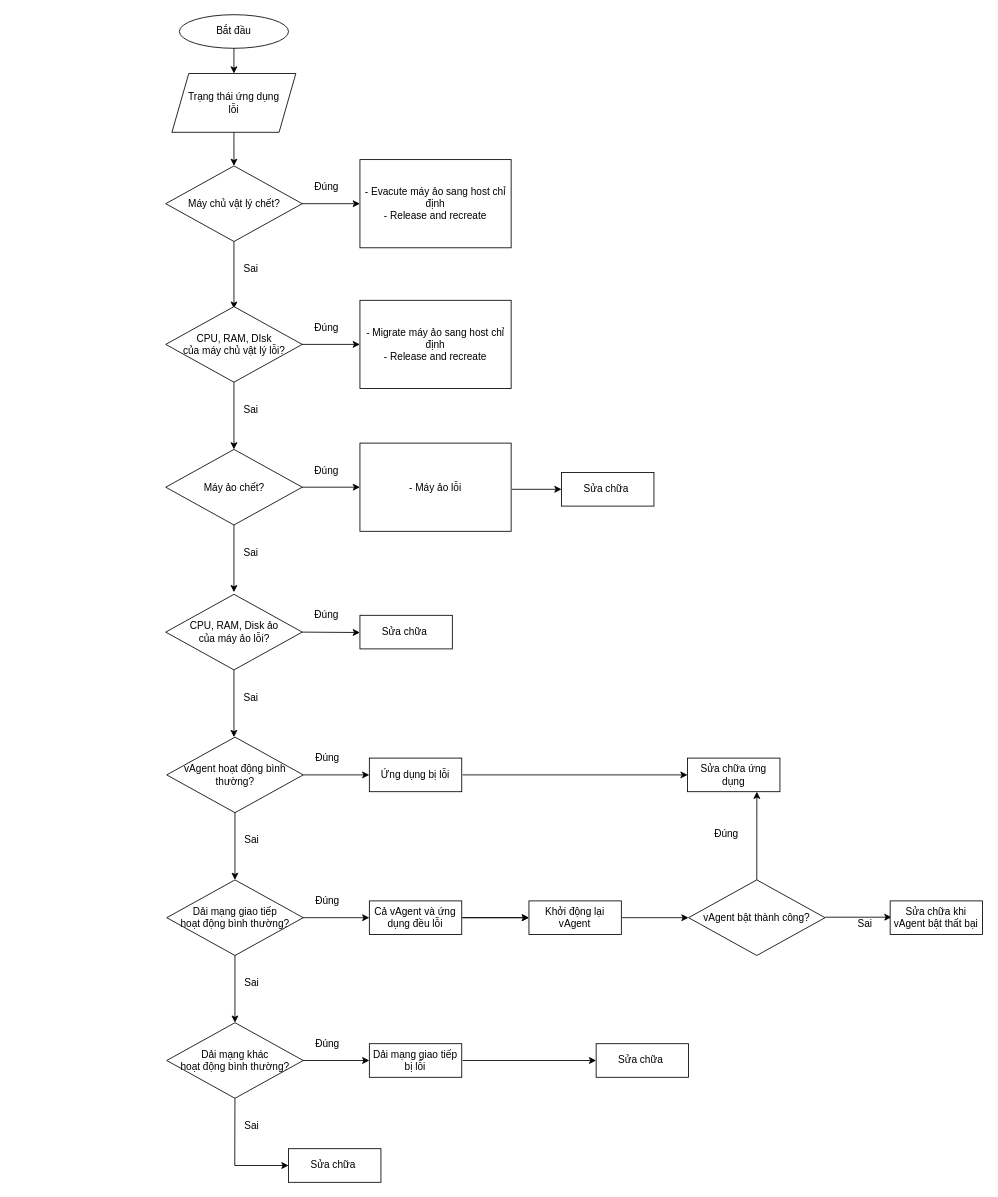
Before: auto healing.drawio in hiep1097/drawio, a draw.io diagram. Source tidied: cells renumbered, new cells numbered last; positions are measured from the earlier drawing's top-left corner, leaving out a move shared by most shapes. Both pictures are drawn from the tidied source at 84%, with x=0, y=0 at pixel (165, 14).
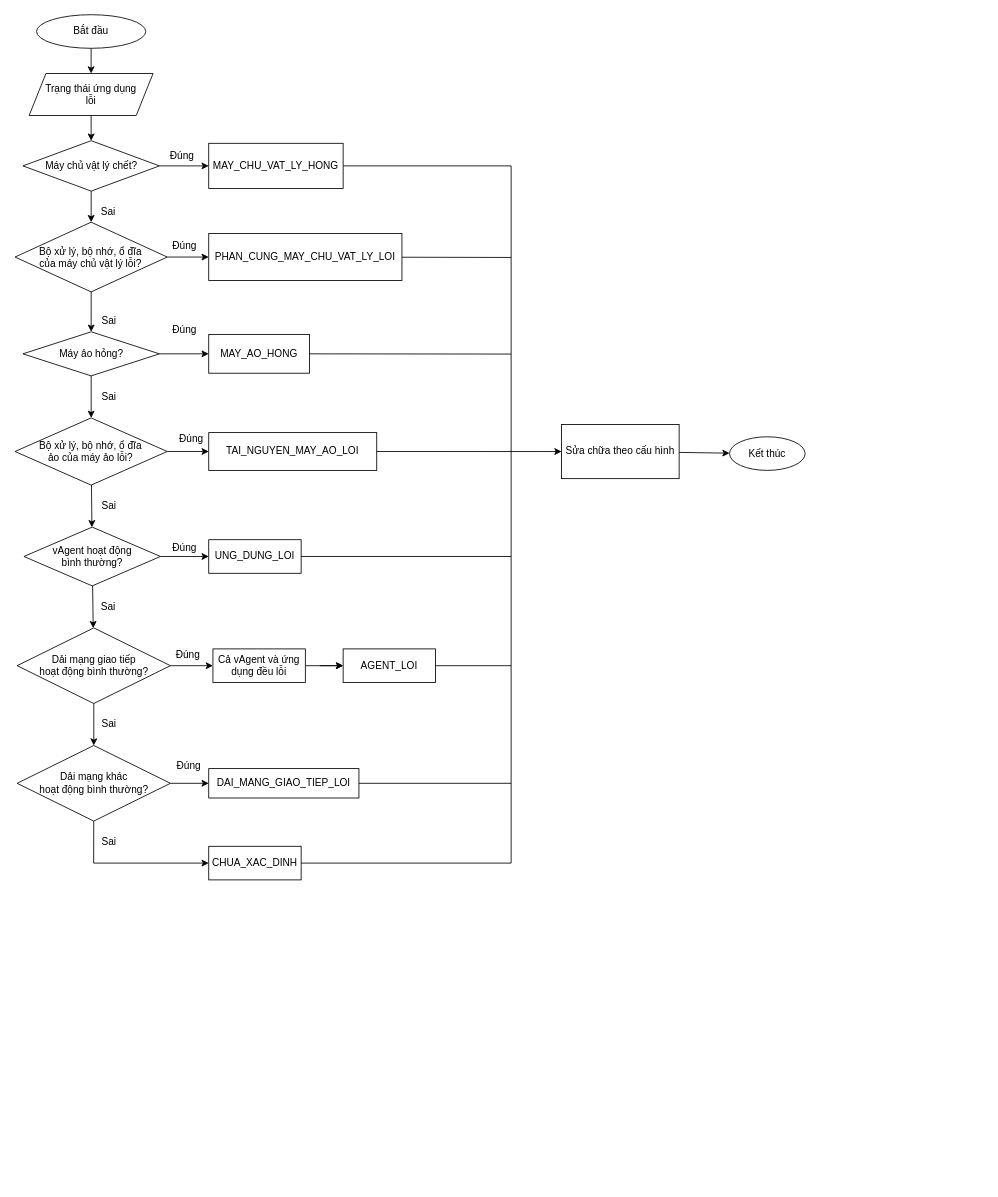
Above is the later version.

Commit message:
Cập nhật auto healing.drawio

Diff of the diagram source:
```diff
@@
     <mxCell id="2" value="Bắt đầu" style="ellipse;whiteSpace=wrap;html=1;" parent="1" vertex="1">
-      <mxGeometry x="16" width="130" height="40" as="geometry" />
+      <mxGeometry x="-154" width="130" height="40" as="geometry" />
     </mxCell>
     <mxCell id="3" value="Trạng thái ứng dụng &lt;br&gt;lỗi" style="shape=parallelogram;perimeter=parallelogramPerimeter;whiteSpace=wrap;html=1;fixedSize=1;" parent="1" vertex="1">
-      <mxGeometry x="7.2" y="70" width="147.5" height="70" as="geometry" />
+      <mxGeometry x="-162.8" y="70" width="147.5" height="50" as="geometry" />
     </mxCell>
-    <mxCell id="4" value="vAgent hoạt động bình thường?" style="rhombus;whiteSpace=wrap;html=1;" parent="1" vertex="1">
-      <mxGeometry x="1" y="860" width="162.5" height="90" as="geometry" />
+    <mxCell id="4" value="vAgent hoạt động &lt;br&gt;bình thường?" style="rhombus;whiteSpace=wrap;html=1;" parent="1" vertex="1">
+      <mxGeometry x="-169" y="610" width="162.5" height="70" as="geometry" />
     </mxCell>
-    <mxCell id="5" value="Ứng dụng bị lỗi" style="rounded=0;whiteSpace=wrap;html=1;" parent="1" vertex="1">
-      <mxGeometry x="242.2" y="885" width="110" height="40" as="geometry" />
+    <mxCell id="5" value="UNG_DUNG_LOI" style="rounded=0;whiteSpace=wrap;html=1;" parent="1" vertex="1">
+      <mxGeometry x="51" y="625" width="110" height="40" as="geometry" />
     </mxCell>
@@
-    <mxCell id="8" style="endArrow=classic;html=1;rounded=0;" parent="1" edge="1" source="4">
-      <mxGeometry relative="1" as="geometry">
-        <mxPoint x="82.2" y="1030" as="targetPoint" />
-      </mxGeometry>
+    <mxCell id="8" style="endArrow=classic;html=1;rounded=0;" parent="1" edge="1" source="4" target="12">
+      <mxGeometry relative="1" as="geometry" />
     </mxCell>
@@
     <mxCell id="10" value="Đúng" style="text;html=1;align=center;verticalAlign=middle;strokeColor=none;fillColor=none;" parent="1" vertex="1">
-      <mxGeometry x="167.2" y="870" width="50" height="30" as="geometry" />
+      <mxGeometry x="-2.8" y="620" width="50" height="30" as="geometry" />
     </mxCell>
     <mxCell id="11" value="Sai" style="text;html=1;align=center;verticalAlign=middle;strokeColor=none;fillColor=none;" parent="1" vertex="1">
-      <mxGeometry x="82.2" y="968" width="40" height="30" as="geometry" />
+      <mxGeometry x="-89" y="690" width="40" height="30" as="geometry" />
     </mxCell>
     <mxCell id="12" value="Dải mạng giao tiếp &lt;br&gt;hoạt động bình thường?" style="rhombus;whiteSpace=wrap;html=1;" parent="1" vertex="1">
-      <mxGeometry x="1" y="1030" width="162.5" height="90" as="geometry" />
+      <mxGeometry x="-177.1" y="730" width="182.5" height="90" as="geometry" />
     </mxCell>
-    <mxCell id="13" style="endArrow=classic;html=1;rounded=0;" parent="1" edge="1">
-      <mxGeometry relative="1" as="geometry">
-        <mxPoint x="82.2" y="1120" as="sourcePoint" />
-        <mxPoint x="82.2" y="1200" as="targetPoint" />
-      </mxGeometry>
+    <mxCell id="13" style="endArrow=classic;html=1;rounded=0;" parent="1" edge="1" source="12" target="21">
+      <mxGeometry relative="1" as="geometry" />
     </mxCell>
     <mxCell id="14" value="Sai" style="text;html=1;align=center;verticalAlign=middle;strokeColor=none;fillColor=none;" parent="1" vertex="1">
-      <mxGeometry x="82.2" y="1138" width="40" height="30" as="geometry" />
+      <mxGeometry x="-87.8" y="830" width="40" height="30" as="geometry" />
     </mxCell>
@@
     <mxCell id="16" value="Cả vAgent và ứng dụng đều lỗi" style="rounded=0;whiteSpace=wrap;html=1;" parent="1" vertex="1">
-      <mxGeometry x="242.2" y="1055" width="110" height="40" as="geometry" />
+      <mxGeometry x="56" y="755" width="110" height="40" as="geometry" />
     </mxCell>
-    <mxCell id="17" style="endArrow=classic;html=1;rounded=0;" parent="1" edge="1" target="16">
-      <mxGeometry relative="1" as="geometry">
-        <mxPoint x="163.2" y="1075" as="sourcePoint" />
-      </mxGeometry>
+    <mxCell id="17" style="endArrow=classic;html=1;rounded=0;" parent="1" edge="1" source="12" target="16">
+      <mxGeometry relative="1" as="geometry" />
     </mxCell>
     <mxCell id="18" value="Đúng" style="text;html=1;align=center;verticalAlign=middle;strokeColor=none;fillColor=none;" parent="1" vertex="1">
-      <mxGeometry x="167.2" y="1040" width="50" height="30" as="geometry" />
+      <mxGeometry x="1" y="747" width="50" height="30" as="geometry" />
     </mxCell>
-    <mxCell id="19" value="Sửa chữa ứng dụng" style="rounded=0;whiteSpace=wrap;html=1;" parent="1" vertex="1">
-      <mxGeometry x="621" y="885" width="110" height="40" as="geometry" />
-    </mxCell>
-    <mxCell id="20" style="endArrow=classic;html=1;rounded=0;" parent="1" edge="1" target="19">
-      <mxGeometry relative="1" as="geometry">
-        <mxPoint x="353.2" y="905" as="sourcePoint" />
-      </mxGeometry>
-    </mxCell>
     <mxCell id="21" value="Dải mạng khác&lt;br&gt;hoạt động bình thường?" style="rhombus;whiteSpace=wrap;html=1;" parent="1" vertex="1">
-      <mxGeometry x="1" y="1200" width="162.5" height="90" as="geometry" />
+      <mxGeometry x="-177.1" y="870" width="182.5" height="90" as="geometry" />
     </mxCell>
-    <mxCell id="22" style="endArrow=classic;html=1;rounded=0;" parent="1" edge="1" target="64">
+    <mxCell id="22" style="endArrow=classic;html=1;rounded=0;" parent="1" edge="1" source="21" target="64">
       <mxGeometry relative="1" as="geometry">
-        <mxPoint x="82.2" y="1290" as="sourcePoint" />
         <Array as="points">
-          <mxPoint x="82" y="1370" />
+          <mxPoint x="-86" y="1010" />
         </Array>
       </mxGeometry>
     </mxCell>
     <mxCell id="23" value="Sai" style="text;html=1;align=center;verticalAlign=middle;strokeColor=none;fillColor=none;" parent="1" vertex="1">
-      <mxGeometry x="82.2" y="1308" width="40" height="30" as="geometry" />
+      <mxGeometry x="-87.8" y="970" width="40" height="30" as="geometry" />
     </mxCell>
-    <mxCell id="24" value="Dải mạng giao tiếp bị lỗi" style="rounded=0;whiteSpace=wrap;html=1;" parent="1" vertex="1">
-      <mxGeometry x="242.2" y="1225" width="110" height="40" as="geometry" />
+    <mxCell id="24" value="DAI_MANG_GIAO_TIEP_LOI" style="rounded=0;whiteSpace=wrap;html=1;" parent="1" vertex="1">
+      <mxGeometry x="51" y="897.5" width="178.8" height="35" as="geometry" />
     </mxCell>
-    <mxCell id="25" style="endArrow=classic;html=1;rounded=0;" parent="1" edge="1" target="24">
-      <mxGeometry relative="1" as="geometry">
-        <mxPoint x="163.2" y="1245" as="sourcePoint" />
-      </mxGeometry>
+    <mxCell id="25" style="endArrow=classic;html=1;rounded=0;" parent="1" edge="1" source="21" target="24">
+      <mxGeometry relative="1" as="geometry" />
     </mxCell>
     <mxCell id="26" value="Đúng" style="text;html=1;align=center;verticalAlign=middle;strokeColor=none;fillColor=none;" parent="1" vertex="1">
-      <mxGeometry x="167.2" y="1210" width="50" height="30" as="geometry" />
+      <mxGeometry x="1.6" y="880" width="50" height="30" as="geometry" />
     </mxCell>
-    <mxCell id="27" value="Sửa chữa&amp;nbsp;" style="rounded=0;whiteSpace=wrap;html=1;" parent="1" vertex="1">
-      <mxGeometry x="512.2" y="1225" width="110" height="40" as="geometry" />
-    </mxCell>
-    <mxCell id="28" style="endArrow=classic;html=1;rounded=0;" parent="1" edge="1" target="27">
-      <mxGeometry relative="1" as="geometry">
-        <mxPoint x="353.2" y="1245" as="sourcePoint" />
-      </mxGeometry>
-    </mxCell>
-    <mxCell id="29" value="Khởi động lại vAgent" style="rounded=0;whiteSpace=wrap;html=1;" parent="1" vertex="1">
-      <mxGeometry x="432.2" y="1055" width="110" height="40" as="geometry" />
+    <mxCell id="29" value="AGENT_LOI" style="rounded=0;whiteSpace=wrap;html=1;" parent="1" vertex="1">
+      <mxGeometry x="211" y="755" width="110" height="40" as="geometry" />
     </mxCell>
     <mxCell id="30" style="endArrow=classic;html=1;rounded=0;" parent="1" edge="1" target="29">
       <mxGeometry relative="1" as="geometry">
-        <mxPoint x="353.2" y="1075" as="sourcePoint" />
+        <mxPoint x="183.2" y="775" as="sourcePoint" />
       </mxGeometry>
     </mxCell>
-    <mxCell id="31" value="vAgent bật thành công?" style="rhombus;whiteSpace=wrap;html=1;" parent="1" vertex="1">
-      <mxGeometry x="622.2" y="1030" width="162.5" height="90" as="geometry" />
-    </mxCell>
-    <mxCell id="32" style="endArrow=classic;html=1;rounded=0;" parent="1" edge="1">
-      <mxGeometry relative="1" as="geometry">
-        <mxPoint x="543.2" y="1075" as="sourcePoint" />
-        <mxPoint x="622.2" y="1075" as="targetPoint" />
-      </mxGeometry>
-    </mxCell>
-    <mxCell id="33" style="endArrow=classic;html=1;rounded=0;entryX=0.75;entryY=1;entryDx=0;entryDy=0;" parent="1" edge="1" source="31" target="19">
-      <mxGeometry relative="1" as="geometry" />
-    </mxCell>
-    <mxCell id="34" value="Đúng" style="text;html=1;align=center;verticalAlign=middle;strokeColor=none;fillColor=none;" parent="1" vertex="1">
-      <mxGeometry x="642.2" y="960" width="50" height="30" as="geometry" />
-    </mxCell>
-    <mxCell id="35" value="Sai" style="text;html=1;align=center;verticalAlign=middle;strokeColor=none;fillColor=none;" parent="1" vertex="1">
-      <mxGeometry x="812.2" y="1068" width="40" height="30" as="geometry" />
-    </mxCell>
-    <mxCell id="36" style="endArrow=classic;html=1;rounded=0;" parent="1" edge="1">
-      <mxGeometry relative="1" as="geometry">
-        <mxPoint x="784.8" y="1074.4" as="sourcePoint" />
-        <mxPoint x="863.8" y="1074.4" as="targetPoint" />
-      </mxGeometry>
-    </mxCell>
-    <mxCell id="37" value="Sửa chữa khi vAgent bật thất bại" style="rounded=0;whiteSpace=wrap;html=1;" parent="1" vertex="1">
-      <mxGeometry x="862.2" y="1055" width="110" height="40" as="geometry" />
-    </mxCell>
     <mxCell id="38" value="Máy chủ vật lý chết?" style="rhombus;whiteSpace=wrap;html=1;" parent="1" vertex="1">
-      <mxGeometry x="-0.2" y="180" width="162.5" height="90" as="geometry" />
+      <mxGeometry x="-170.2" y="150" width="162.5" height="60" as="geometry" />
     </mxCell>
-    <mxCell id="39" style="endArrow=classic;html=1;rounded=0;" parent="1" edge="1">
-      <mxGeometry relative="1" as="geometry">
-        <mxPoint x="81" y="270" as="sourcePoint" />
-        <mxPoint x="81" y="350" as="targetPoint" />
-      </mxGeometry>
+    <mxCell id="39" style="endArrow=classic;html=1;rounded=0;" parent="1" edge="1" source="38" target="50">
+      <mxGeometry relative="1" as="geometry" />
     </mxCell>
     <mxCell id="40" value="Sai" style="text;html=1;align=center;verticalAlign=middle;strokeColor=none;fillColor=none;" parent="1" vertex="1">
-      <mxGeometry x="81" y="288" width="40" height="30" as="geometry" />
+      <mxGeometry x="-89" y="220" width="40" height="30" as="geometry" />
     </mxCell>
-    <mxCell id="41" value="- Evacute máy ảo sang host chỉ định&lt;br&gt;- Release and recreate" style="rounded=0;whiteSpace=wrap;html=1;" parent="1" vertex="1">
-      <mxGeometry x="231" y="172.5" width="180" height="105" as="geometry" />
+    <mxCell id="41" value="MAY_CHU_VAT_LY_HONG" style="rounded=0;whiteSpace=wrap;html=1;" parent="1" vertex="1">
+      <mxGeometry x="51" y="153.1" width="160" height="53.8" as="geometry" />
     </mxCell>
-    <mxCell id="42" style="endArrow=classic;html=1;rounded=0;" parent="1" edge="1" target="41">
-      <mxGeometry relative="1" as="geometry">
-        <mxPoint x="162" y="225" as="sourcePoint" />
-      </mxGeometry>
+    <mxCell id="42" style="endArrow=classic;html=1;rounded=0;" parent="1" edge="1" source="38" target="41">
+      <mxGeometry relative="1" as="geometry" />
     </mxCell>
     <mxCell id="43" value="Đúng" style="text;html=1;align=center;verticalAlign=middle;strokeColor=none;fillColor=none;" parent="1" vertex="1">
-      <mxGeometry x="166" y="190" width="50" height="30" as="geometry" />
+      <mxGeometry x="-6.5" y="153.1" width="50" height="30" as="geometry" />
     </mxCell>
-    <mxCell id="44" value="Máy ảo chết?" style="rhombus;whiteSpace=wrap;html=1;" parent="1" vertex="1">
-      <mxGeometry x="-0.2" y="517.5" width="162.5" height="90" as="geometry" />
+    <mxCell id="44" value="Máy ảo hỏng?" style="rhombus;whiteSpace=wrap;html=1;" parent="1" vertex="1">
+      <mxGeometry x="-170.2" y="377.5" width="162.5" height="52.5" as="geometry" />
     </mxCell>
-    <mxCell id="45" style="endArrow=classic;html=1;rounded=0;" parent="1" edge="1">
-      <mxGeometry relative="1" as="geometry">
-        <mxPoint x="81" y="607.5" as="sourcePoint" />
-        <mxPoint x="81" y="687.5" as="targetPoint" />
-      </mxGeometry>
+    <mxCell id="45" style="endArrow=classic;html=1;rounded=0;" parent="1" edge="1" source="44" target="58">
+      <mxGeometry relative="1" as="geometry" />
     </mxCell>
     <mxCell id="46" value="Sai" style="text;html=1;align=center;verticalAlign=middle;strokeColor=none;fillColor=none;" parent="1" vertex="1">
-      <mxGeometry x="81" y="625.5" width="40" height="30" as="geometry" />
+      <mxGeometry x="-87.8" y="440" width="40" height="30" as="geometry" />
     </mxCell>
-    <mxCell id="47" value="- Máy ảo lỗi" style="rounded=0;whiteSpace=wrap;html=1;" parent="1" vertex="1">
-      <mxGeometry x="231" y="510" width="180" height="105" as="geometry" />
+    <mxCell id="47" value="MAY_AO_HONG" style="rounded=0;whiteSpace=wrap;html=1;" parent="1" vertex="1">
+      <mxGeometry x="51" y="380.6" width="120" height="46.2" as="geometry" />
     </mxCell>
-    <mxCell id="48" style="endArrow=classic;html=1;rounded=0;" parent="1" edge="1" target="47">
-      <mxGeometry relative="1" as="geometry">
-        <mxPoint x="162" y="562.5" as="sourcePoint" />
-      </mxGeometry>
+    <mxCell id="48" style="endArrow=classic;html=1;rounded=0;" parent="1" edge="1" source="44" target="47">
+      <mxGeometry relative="1" as="geometry" />
     </mxCell>
     <mxCell id="49" value="Đúng" style="text;html=1;align=center;verticalAlign=middle;strokeColor=none;fillColor=none;" parent="1" vertex="1">
-      <mxGeometry x="166" y="527.5" width="50" height="30" as="geometry" />
+      <mxGeometry x="-2.8" y="360" width="50" height="30" as="geometry" />
     </mxCell>
-    <mxCell id="50" value="CPU, RAM, DIsk &lt;br&gt;của máy chủ vật lý lỗi?" style="rhombus;whiteSpace=wrap;html=1;" parent="1" vertex="1">
-      <mxGeometry x="-0.2" y="347.5" width="162.5" height="90" as="geometry" />
+    <mxCell id="50" value="Bộ xử lý, bộ nhớ, ổ đĩa&lt;br&gt;của máy chủ vật lý lỗi?" style="rhombus;whiteSpace=wrap;html=1;" parent="1" vertex="1">
+      <mxGeometry x="-179.6" y="247" width="181.2" height="83" as="geometry" />
     </mxCell>
-    <mxCell id="51" style="endArrow=classic;html=1;rounded=0;" parent="1" edge="1">
-      <mxGeometry relative="1" as="geometry">
-        <mxPoint x="81" y="437.5" as="sourcePoint" />
-        <mxPoint x="81" y="517.5" as="targetPoint" />
-      </mxGeometry>
+    <mxCell id="51" style="endArrow=classic;html=1;rounded=0;" parent="1" edge="1" source="50" target="44">
+      <mxGeometry relative="1" as="geometry" />
     </mxCell>
     <mxCell id="52" value="Sai" style="text;html=1;align=center;verticalAlign=middle;strokeColor=none;fillColor=none;" parent="1" vertex="1">
-      <mxGeometry x="81" y="455.5" width="40" height="30" as="geometry" />
+      <mxGeometry x="-87.8" y="350" width="40" height="30" as="geometry" />
     </mxCell>
-    <mxCell id="53" value="- Migrate máy ảo sang host chỉ định&lt;br&gt;- Release and recreate" style="rounded=0;whiteSpace=wrap;html=1;" parent="1" vertex="1">
-      <mxGeometry x="231" y="340" width="180" height="105" as="geometry" />
+    <mxCell id="53" value="PHAN_CUNG_MAY_CHU_VAT_LY_LOI" style="rounded=0;whiteSpace=wrap;html=1;" parent="1" vertex="1">
+      <mxGeometry x="51" y="260.5" width="230" height="56" as="geometry" />
     </mxCell>
-    <mxCell id="54" style="endArrow=classic;html=1;rounded=0;" parent="1" edge="1" target="53">
-      <mxGeometry relative="1" as="geometry">
-        <mxPoint x="162" y="392.5" as="sourcePoint" />
-      </mxGeometry>
+    <mxCell id="54" style="endArrow=classic;html=1;rounded=0;" parent="1" edge="1" source="50" target="53">
+      <mxGeometry relative="1" as="geometry" />
     </mxCell>
     <mxCell id="55" value="Đúng" style="text;html=1;align=center;verticalAlign=middle;strokeColor=none;fillColor=none;" parent="1" vertex="1">
-      <mxGeometry x="166" y="357.5" width="50" height="30" as="geometry" />
+      <mxGeometry x="-2.8" y="260.5" width="50" height="30" as="geometry" />
     </mxCell>
-    <mxCell id="56" value="Sửa chữa&amp;nbsp;" style="rounded=0;whiteSpace=wrap;html=1;" parent="1" vertex="1">
-      <mxGeometry x="471" y="545" width="110" height="40" as="geometry" />
-    </mxCell>
-    <mxCell id="57" style="endArrow=classic;html=1;rounded=0;" parent="1" edge="1" target="56">
-      <mxGeometry relative="1" as="geometry">
-        <mxPoint x="412" y="565" as="sourcePoint" />
-      </mxGeometry>
-    </mxCell>
-    <mxCell id="58" value="CPU, RAM, Disk ảo&lt;br&gt;của máy ảo lỗi?" style="rhombus;whiteSpace=wrap;html=1;" parent="1" vertex="1">
-      <mxGeometry x="-0.2" y="690" width="162.5" height="90" as="geometry" />
+    <mxCell id="58" value="Bộ xử lý, bộ nhớ, ổ đĩa &lt;br&gt;ảo của máy ảo lỗi?" style="rhombus;whiteSpace=wrap;html=1;" parent="1" vertex="1">
+      <mxGeometry x="-179.6" y="480" width="181.2" height="80" as="geometry" />
     </mxCell>
-    <mxCell id="59" style="endArrow=classic;html=1;rounded=0;" parent="1" edge="1">
-      <mxGeometry relative="1" as="geometry">
-        <mxPoint x="81" y="780" as="sourcePoint" />
-        <mxPoint x="81" y="860" as="targetPoint" />
-      </mxGeometry>
+    <mxCell id="59" style="endArrow=classic;html=1;rounded=0;" parent="1" edge="1" source="58" target="4">
+      <mxGeometry relative="1" as="geometry" />
     </mxCell>
     <mxCell id="60" value="Sai" style="text;html=1;align=center;verticalAlign=middle;strokeColor=none;fillColor=none;" parent="1" vertex="1">
-      <mxGeometry x="81" y="798" width="40" height="30" as="geometry" />
+      <mxGeometry x="-87.8" y="570" width="40" height="30" as="geometry" />
     </mxCell>
-    <mxCell id="61" style="endArrow=classic;html=1;rounded=0;" parent="1" edge="1">
-      <mxGeometry relative="1" as="geometry">
-        <mxPoint x="162" y="735" as="sourcePoint" />
-        <mxPoint x="231" y="735.5" as="targetPoint" />
-      </mxGeometry>
+    <mxCell id="61" style="endArrow=classic;html=1;rounded=0;" parent="1" edge="1" source="58" target="63">
+      <mxGeometry relative="1" as="geometry" />
     </mxCell>
     <mxCell id="62" value="Đúng" style="text;html=1;align=center;verticalAlign=middle;strokeColor=none;fillColor=none;" parent="1" vertex="1">
-      <mxGeometry x="166" y="700" width="50" height="30" as="geometry" />
+      <mxGeometry x="5.4" y="490" width="50" height="30" as="geometry" />
     </mxCell>
-    <mxCell id="63" value="Sửa chữa&amp;nbsp;" style="rounded=0;whiteSpace=wrap;html=1;" parent="1" vertex="1">
-      <mxGeometry x="231" y="715" width="110" height="40" as="geometry" />
+    <mxCell id="63" value="TAI_NGUYEN_MAY_AO_LOI" style="rounded=0;whiteSpace=wrap;html=1;" parent="1" vertex="1">
+      <mxGeometry x="51" y="497.5" width="200" height="45" as="geometry" />
     </mxCell>
-    <mxCell id="64" value="Sửa chữa&amp;nbsp;" style="rounded=0;whiteSpace=wrap;html=1;" parent="1" vertex="1">
-      <mxGeometry x="146" y="1350" width="110" height="40" as="geometry" />
+    <mxCell id="64" value="CHUA_XAC_DINH" style="rounded=0;whiteSpace=wrap;html=1;" parent="1" vertex="1">
+      <mxGeometry x="51" y="990" width="110" height="40" as="geometry" />
     </mxCell>
+    <mxCell id="65" value="Sửa chữa theo cấu hình" style="rounded=0;whiteSpace=wrap;html=1;" parent="1" vertex="1">
+      <mxGeometry x="471" y="487.8" width="140" height="64.5" as="geometry" />
+    </mxCell>
+    <mxCell id="66" style="endArrow=classic;html=1;rounded=0;" parent="1" edge="1" source="63" target="65">
+      <mxGeometry relative="1" as="geometry" />
+    </mxCell>
+    <mxCell id="67" style="endArrow=none;html=1;rounded=0;" parent="1" edge="1" source="41">
+      <mxGeometry relative="1" as="geometry">
+        <mxPoint x="411" y="520" as="targetPoint" />
+        <Array as="points">
+          <mxPoint x="411" y="180" />
+        </Array>
+      </mxGeometry>
+    </mxCell>
+    <mxCell id="68" style="endArrow=none;html=1;rounded=0;" parent="1" edge="1" source="53">
+      <mxGeometry relative="1" as="geometry">
+        <mxPoint x="411" y="289" as="targetPoint" />
+      </mxGeometry>
+    </mxCell>
+    <mxCell id="69" style="endArrow=none;html=1;rounded=0;" parent="1" edge="1" source="47">
+      <mxGeometry relative="1" as="geometry">
+        <mxPoint x="411" y="404" as="targetPoint" />
+      </mxGeometry>
+    </mxCell>
+    <mxCell id="70" style="endArrow=none;html=1;rounded=0;" parent="1" edge="1" source="64">
+      <mxGeometry relative="1" as="geometry">
+        <mxPoint x="411" y="520" as="targetPoint" />
+        <Array as="points">
+          <mxPoint x="411" y="1010" />
+        </Array>
+      </mxGeometry>
+    </mxCell>
+    <mxCell id="71" style="endArrow=none;html=1;rounded=0;" parent="1" edge="1" source="5">
+      <mxGeometry relative="1" as="geometry">
+        <mxPoint x="411" y="645" as="targetPoint" />
+      </mxGeometry>
+    </mxCell>
+    <mxCell id="72" style="endArrow=none;html=1;rounded=0;" parent="1" edge="1" source="29">
+      <mxGeometry relative="1" as="geometry">
+        <mxPoint x="411" y="775" as="targetPoint" />
+      </mxGeometry>
+    </mxCell>
+    <mxCell id="73" style="endArrow=none;html=1;rounded=0;" parent="1" edge="1" source="24">
+      <mxGeometry relative="1" as="geometry">
+        <mxPoint x="411" y="915" as="targetPoint" />
+      </mxGeometry>
+    </mxCell>
+    <mxCell id="74" value="Kết thúc" style="ellipse;whiteSpace=wrap;html=1;" parent="1" vertex="1">
+      <mxGeometry x="671" y="502.5" width="90" height="40" as="geometry" />
+    </mxCell>
+    <mxCell id="75" style="endArrow=classic;html=1;rounded=0;" parent="1" edge="1" source="65" target="74">
+      <mxGeometry relative="1" as="geometry" />
+    </mxCell>
```
